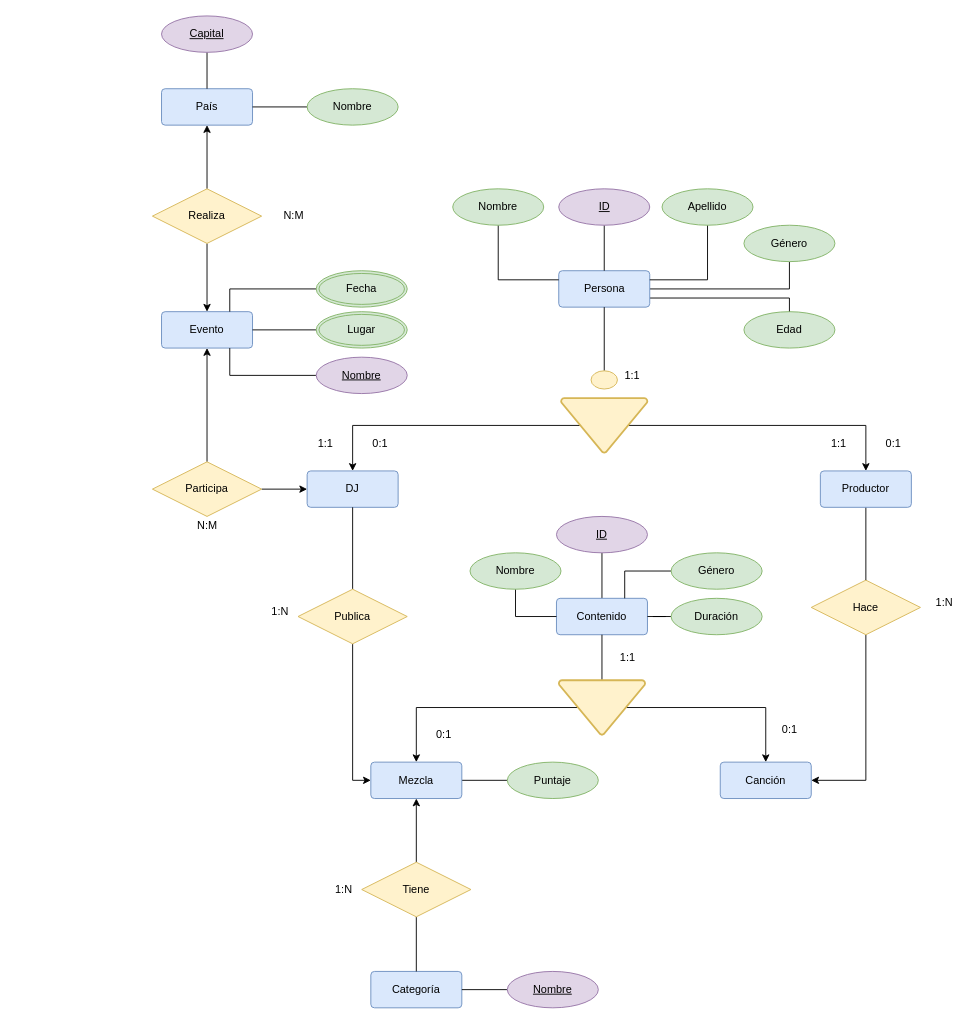
Earlier version of the draw.io diagram page "ER" (3 of 6) of modelo_entidad_relación.drawio (samugd17/proyecto_bae). Source tidied: cells renumbered, new cells numbered last; positions are measured from the earlier drawing's top-left corner, leaving out a move shared by most shapes. Both pictures are drawn from the tidied source at 91%, with x=0, y=0 at pixel (152, 15).
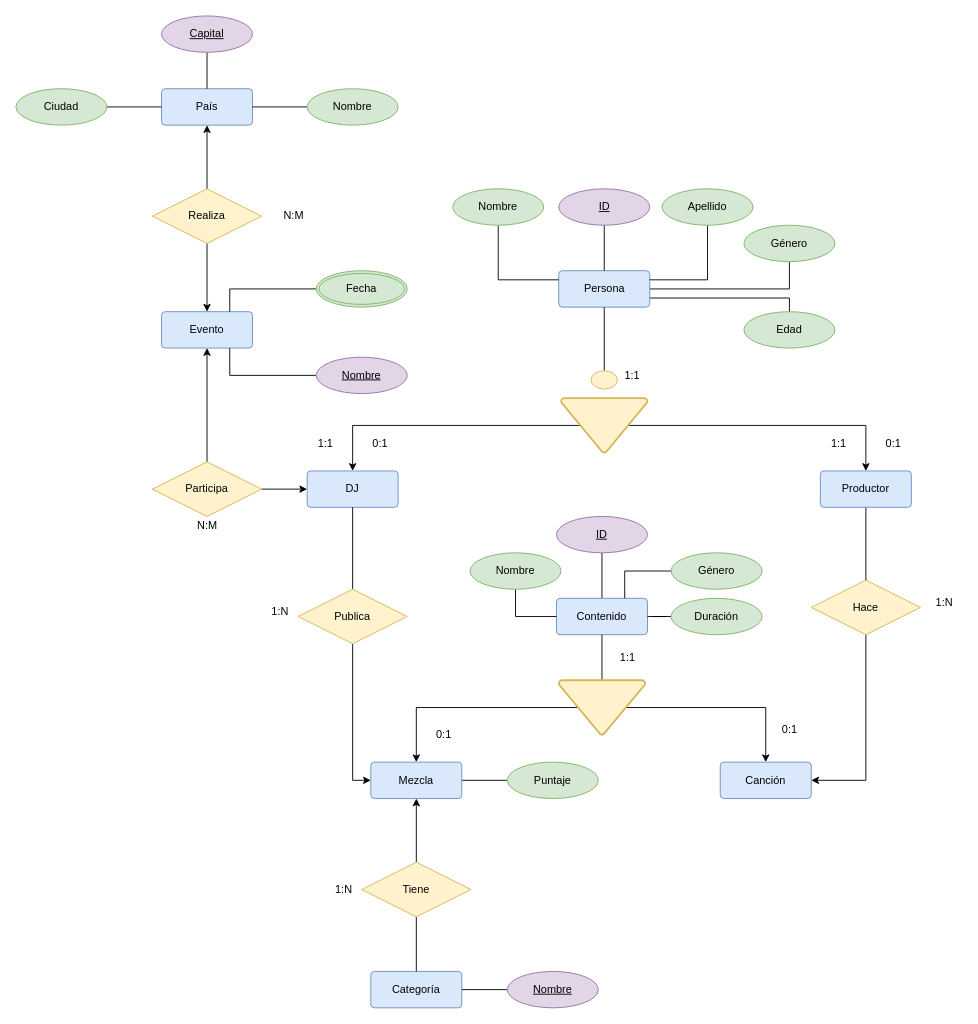
The same page after the edit.

Unchanged cells that the change refers to:
```xml
<mxCell id="30" value="Evento" style="rounded=1;arcSize=10;whiteSpace=wrap;html=1;align=center;fillColor=#dae8fc;strokeColor=#6c8ebf;" parent="1" vertex="1">
  <mxGeometry x="10" y="325" width="100" height="40" as="geometry" />
</mxCell>
<mxCell id="31" value="País" style="rounded=1;arcSize=10;whiteSpace=wrap;html=1;align=center;fillColor=#dae8fc;strokeColor=#6c8ebf;" parent="1" vertex="1">
  <mxGeometry x="10" y="80" width="100" height="40" as="geometry" />
</mxCell>
```

What changed in the source:
```diff
@@
-    <mxCell id="40" style="edgeStyle=orthogonalEdgeStyle;rounded=0;jettySize=auto;html=1;entryX=1;entryY=0.5;entryDx=0;entryDy=0;endArrow=none;endFill=0;exitX=0;exitY=0.5;exitDx=0;exitDy=0;" parent="1" edge="1" source="74" target="30">
-      <mxGeometry relative="1" as="geometry" />
-    </mxCell>
@@
-    <mxCell id="74" value="Lugar" style="ellipse;shape=doubleEllipse;margin=3;whiteSpace=wrap;html=1;align=center;fillColor=#d5e8d4;strokeColor=#82b366;" parent="1" vertex="1">
-      <mxGeometry x="180" y="325" width="100" height="40" as="geometry" />
-    </mxCell>
@@
+    <mxCell id="80" style="edgeStyle=orthogonalEdgeStyle;rounded=0;jettySize=auto;html=1;entryX=0;entryY=0.5;entryDx=0;entryDy=0;endArrow=none;endFill=0;" parent="1" edge="1" source="81" target="31">
+      <mxGeometry relative="1" as="geometry" />
+    </mxCell>
+    <mxCell id="81" value="Ciudad" style="ellipse;whiteSpace=wrap;html=1;align=center;fillColor=#d5e8d4;strokeColor=#82b366;" parent="1" vertex="1">
+      <mxGeometry x="-150" y="80" width="100" height="40" as="geometry" />
+    </mxCell>
```
